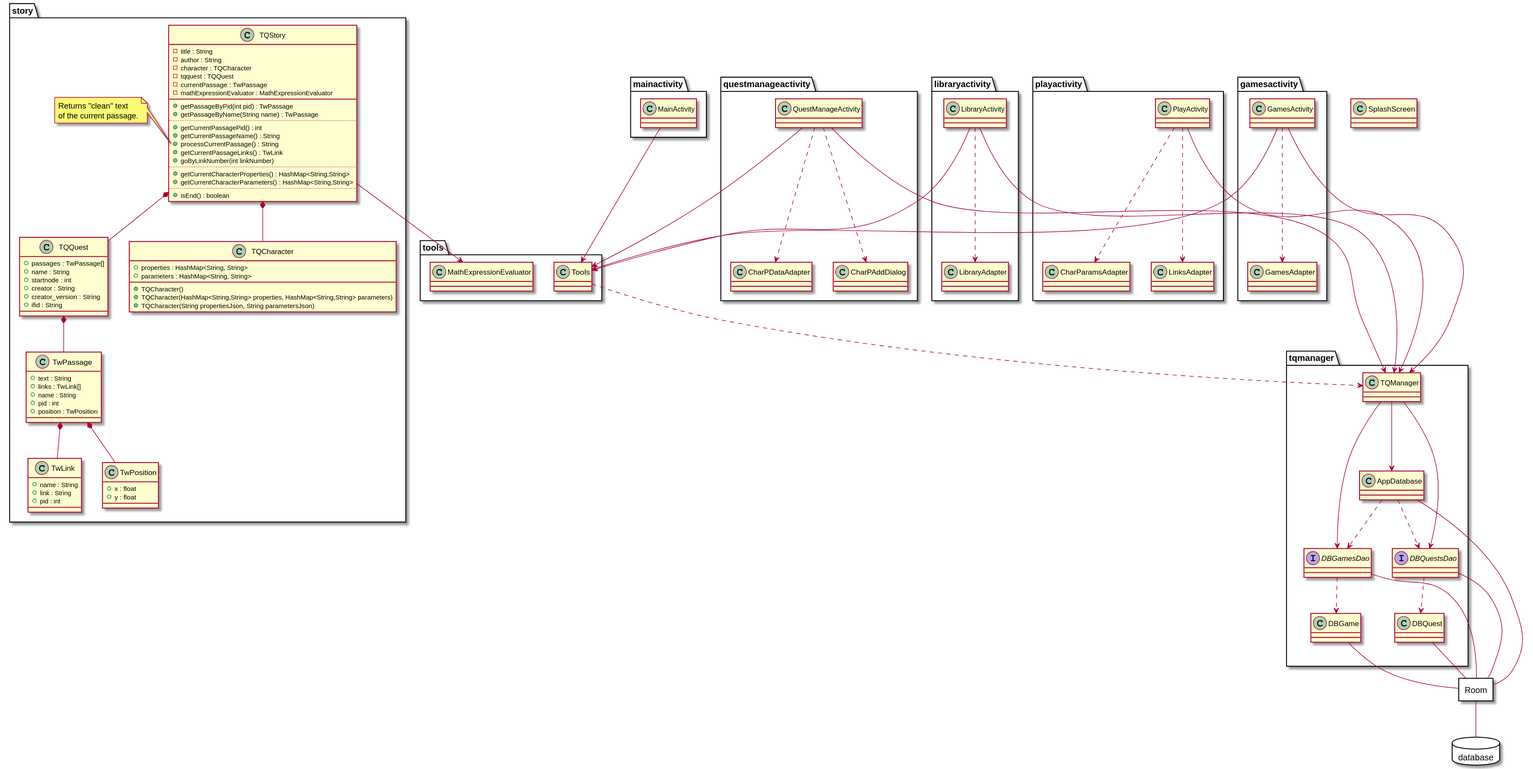
Above: TextQuest.svg in kmnjkl/TextQuest (PlantUML), before the change.
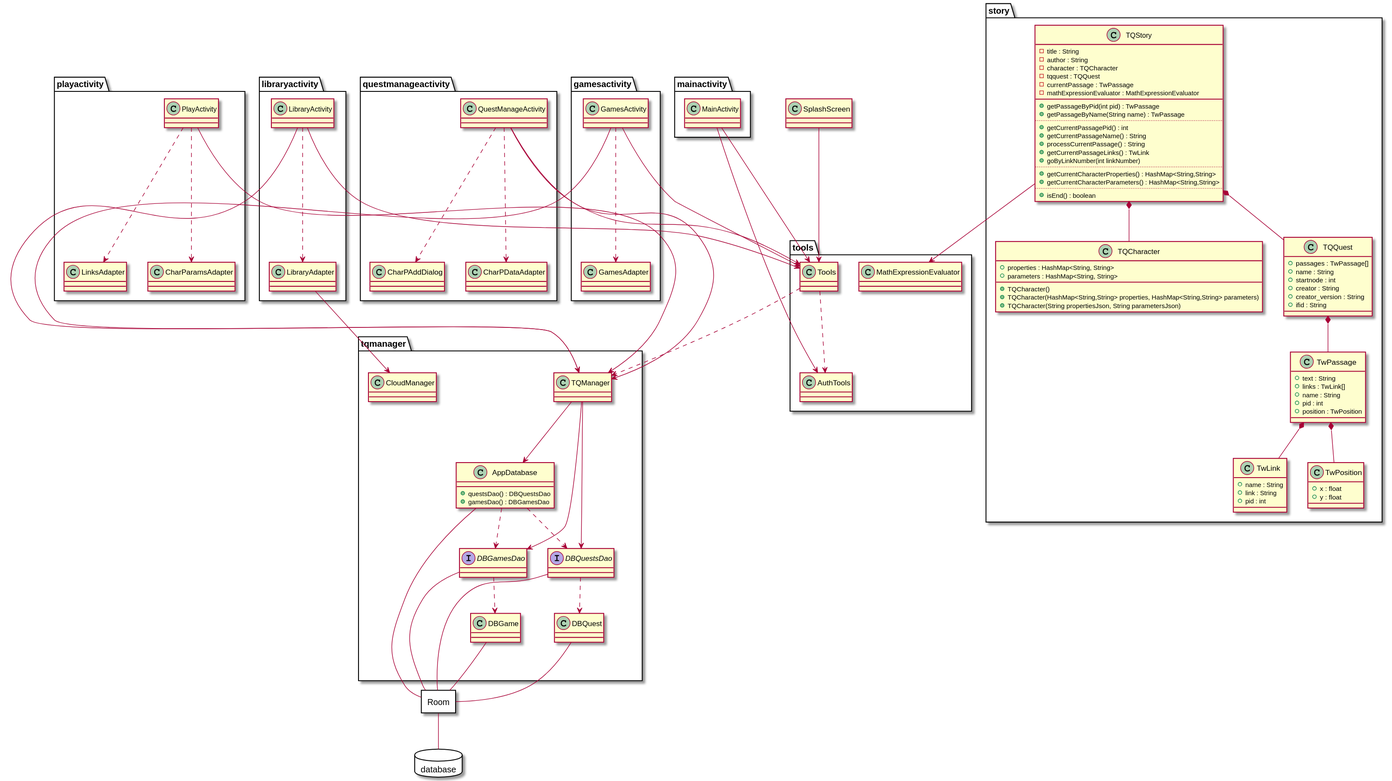
After the change.

Diff of the diagram source:
```diff
@@ -57,10 +57,7 @@
     ..
     +isEnd() : boolean
   }
-  note left of TQStory::processCurrentPassage
-    Returns "clean" text
-    of the current passage.
-  end note
+
   TQStory *-- TQQuest
   TQStory *-- TQCharacter
   class TQCharacter {
@@ -101,26 +98,33 @@
 }
 
 package tqmanager {
-  class TQManager
-  PlayActivity --> TQManager
-  QuestManageActivity --> TQManager
-  GamesActivity --> TQManager
-  LibraryActivity --> TQManager
-  TQManager --> AppDatabase
-  TQManager --> DBGamesDao
-  TQManager --> DBQuestsDao
-  class AppDatabase
-  AppDatabase ..> DBGamesDao
-  AppDatabase ..> DBQuestsDao
+  class CloudManager
+  LibraryAdapter --> CloudManager
   together {
-    class DBGame
-    interface DBGamesDao
-    DBGamesDao ..> DBGame
-  }
-  together {
-    class DBQuest
-    interface DBQuestsDao
-    DBQuestsDao ..> DBQuest
+    class TQManager
+    PlayActivity --> TQManager
+    QuestManageActivity --> TQManager
+    GamesActivity --> TQManager
+    LibraryActivity --> TQManager
+    TQManager --> AppDatabase
+    TQManager --> DBGamesDao
+    TQManager --> DBQuestsDao
+    class AppDatabase {
+      +questsDao() : DBQuestsDao
+      +gamesDao() : DBGamesDao
+    }
+    AppDatabase ..> DBGamesDao
+    AppDatabase ..> DBQuestsDao
+    together {
+      class DBGame
+      interface DBGamesDao
+      DBGamesDao ..> DBGame
+    }
+    together {
+      class DBQuest
+      interface DBQuestsDao
+      DBQuestsDao ..> DBQuest
+    }
   }
 }
 AppDatabase -- Room
@@ -145,10 +149,12 @@
   LibraryActivity --> Tools
   class MathExpressionEvaluator
   TQStory --> MathExpressionEvaluator
+  class AuthTools
+  Tools ..> AuthTools
+  MainActivity --> AuthTools
 }
 
-class SplashScreen {
-
-}
+class SplashScreen
+SplashScreen --> Tools
 
 @enduml
```
